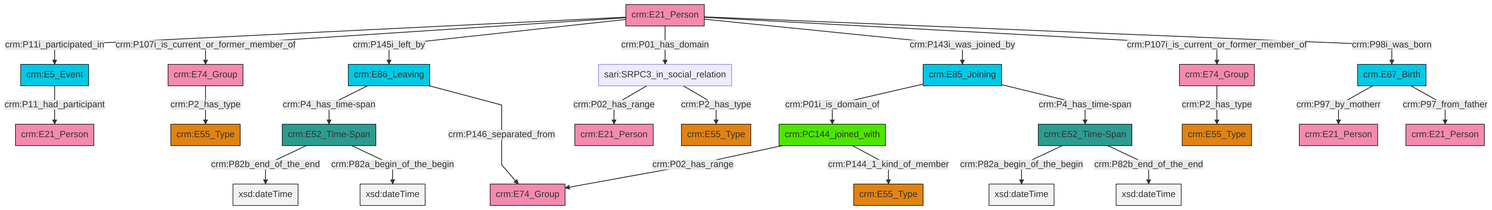
Earlier version of the Mermaid export et/personCSV/ttl/mmd/png/Person_Actor_Relations.png (swiss-art-research-net/docs.swissartresearch). Its source is kept beside it as et/personCSV/ttl/mmd/Person_Actor_Relations.ttl.mmd.
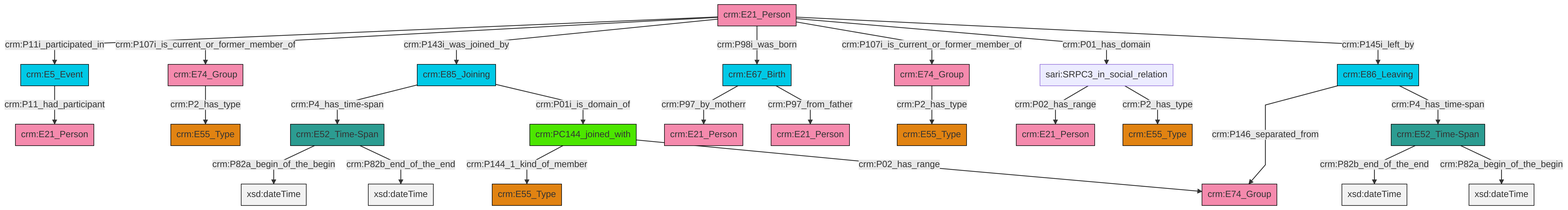
The same diagram one commit later.

The edit, as a diff of the source:
```diff
@@ -14,26 +14,26 @@
 classDef Multi fill:#cccccc,stroke:#000000;
 
 0["crm:E21_Person"]:::Actor -->|crm:P11i_participated_in| 1["crm:E5_Event"]:::Temporal_Entity
-2["crm:E74_Group"]:::Actor -->|crm:P2_has_type| 3["crm:E55_Type"]:::Type
-4["crm:E85_Joining"]:::Temporal_Entity -->|crm:P01i_is_domain_of| 5["crm:PC144_joined_with"]:::PC_Classes
-5["crm:PC144_joined_with"]:::PC_Classes -->|crm:P02_has_range| 8["crm:E74_Group"]:::Actor
-5["crm:PC144_joined_with"]:::PC_Classes -->|crm:P144_1_kind_of_member| 9["crm:E55_Type"]:::Type
-10["crm:E52_Time-Span"]:::Time-Span -->|crm:P82a_begin_of_the_begin| 11[xsd:dateTime]:::Literal
-0["crm:E21_Person"]:::Actor -->|crm:P107i_is_current_or_former_member_of| 12["crm:E74_Group"]:::Actor
-0["crm:E21_Person"]:::Actor -->|crm:P145i_left_by| 15["crm:E86_Leaving"]:::Temporal_Entity
+2["crm:E86_Leaving"]:::Temporal_Entity -->|crm:P146_separated_from| 3["crm:E74_Group"]:::Actor
+0["crm:E21_Person"]:::Actor -->|crm:P107i_is_current_or_former_member_of| 4["crm:E74_Group"]:::Actor
+0["crm:E21_Person"]:::Actor -->|crm:P143i_was_joined_by| 5["crm:E85_Joining"]:::Temporal_Entity
+6["sari:SRPC3_in_social_relation"]:::Default -->|crm:P02_has_range| 7["crm:E21_Person"]:::Actor
+6["sari:SRPC3_in_social_relation"]:::Default -->|crm:P2_has_type| 8["crm:E55_Type"]:::Type
+9["crm:E52_Time-Span"]:::Time-Span -->|crm:P82a_begin_of_the_begin| 10[xsd:dateTime]:::Literal
+14["crm:E74_Group"]:::Actor -->|crm:P2_has_type| 15["crm:E55_Type"]:::Type
+18["crm:PC144_joined_with"]:::PC_Classes -->|crm:P144_1_kind_of_member| 16["crm:E55_Type"]:::Type
+23["crm:E67_Birth"]:::Temporal_Entity -->|crm:P97_by_motherr| 21["crm:E21_Person"]:::Actor
+9["crm:E52_Time-Span"]:::Time-Span -->|crm:P82b_end_of_the_end| 25[xsd:dateTime]:::Literal
+19["crm:E52_Time-Span"]:::Time-Span -->|crm:P82b_end_of_the_end| 30[xsd:dateTime]:::Literal
+19["crm:E52_Time-Span"]:::Time-Span -->|crm:P82a_begin_of_the_begin| 31[xsd:dateTime]:::Literal
+23["crm:E67_Birth"]:::Temporal_Entity -->|crm:P97_from_father| 32["crm:E21_Person"]:::Actor
+0["crm:E21_Person"]:::Actor -->|crm:P98i_was_born| 23["crm:E67_Birth"]:::Temporal_Entity
+1["crm:E5_Event"]:::Temporal_Entity -->|crm:P11_had_participant| 11["crm:E21_Person"]:::Actor
+2["crm:E86_Leaving"]:::Temporal_Entity -->|crm:P4_has_time-span| 19["crm:E52_Time-Span"]:::Time-Span
+5["crm:E85_Joining"]:::Temporal_Entity -->|crm:P4_has_time-span| 9["crm:E52_Time-Span"]:::Time-Span
+0["crm:E21_Person"]:::Actor -->|crm:P107i_is_current_or_former_member_of| 14["crm:E74_Group"]:::Actor
 0["crm:E21_Person"]:::Actor -->|crm:P01_has_domain| 6["sari:SRPC3_in_social_relation"]:::Default
-12["crm:E74_Group"]:::Actor -->|crm:P2_has_type| 26["crm:E55_Type"]:::Type
-10["crm:E52_Time-Span"]:::Time-Span -->|crm:P82b_end_of_the_end| 28[xsd:dateTime]:::Literal
-13["crm:E52_Time-Span"]:::Time-Span -->|crm:P82b_end_of_the_end| 29[xsd:dateTime]:::Literal
-15["crm:E86_Leaving"]:::Temporal_Entity -->|crm:P4_has_time-span| 13["crm:E52_Time-Span"]:::Time-Span
-0["crm:E21_Person"]:::Actor -->|crm:P143i_was_joined_by| 4["crm:E85_Joining"]:::Temporal_Entity
-6["sari:SRPC3_in_social_relation"]:::Default -->|crm:P02_has_range| 17["crm:E21_Person"]:::Actor
-0["crm:E21_Person"]:::Actor -->|crm:P107i_is_current_or_former_member_of| 2["crm:E74_Group"]:::Actor
-6["sari:SRPC3_in_social_relation"]:::Default -->|crm:P2_has_type| 34["crm:E55_Type"]:::Type
-4["crm:E85_Joining"]:::Temporal_Entity -->|crm:P4_has_time-span| 10["crm:E52_Time-Span"]:::Time-Span
-38["crm:E67_Birth"]:::Temporal_Entity -->|crm:P97_by_motherr| 23["crm:E21_Person"]:::Actor
-15["crm:E86_Leaving"]:::Temporal_Entity -->|crm:P146_separated_from| 8["crm:E74_Group"]:::Actor
-1["crm:E5_Event"]:::Temporal_Entity -->|crm:P11_had_participant| 20["crm:E21_Person"]:::Actor
-38["crm:E67_Birth"]:::Temporal_Entity -->|crm:P97_from_father| 31["crm:E21_Person"]:::Actor
-13["crm:E52_Time-Span"]:::Time-Span -->|crm:P82a_begin_of_the_begin| 42[xsd:dateTime]:::Literal
-0["crm:E21_Person"]:::Actor -->|crm:P98i_was_born| 38["crm:E67_Birth"]:::Temporal_Entity
+18["crm:PC144_joined_with"]:::PC_Classes -->|crm:P02_has_range| 3["crm:E74_Group"]:::Actor
+0["crm:E21_Person"]:::Actor -->|crm:P145i_left_by| 2["crm:E86_Leaving"]:::Temporal_Entity
+5["crm:E85_Joining"]:::Temporal_Entity -->|crm:P01i_is_domain_of| 18["crm:PC144_joined_with"]:::PC_Classes
+4["crm:E74_Group"]:::Actor -->|crm:P2_has_type| 27["crm:E55_Type"]:::Type
```
